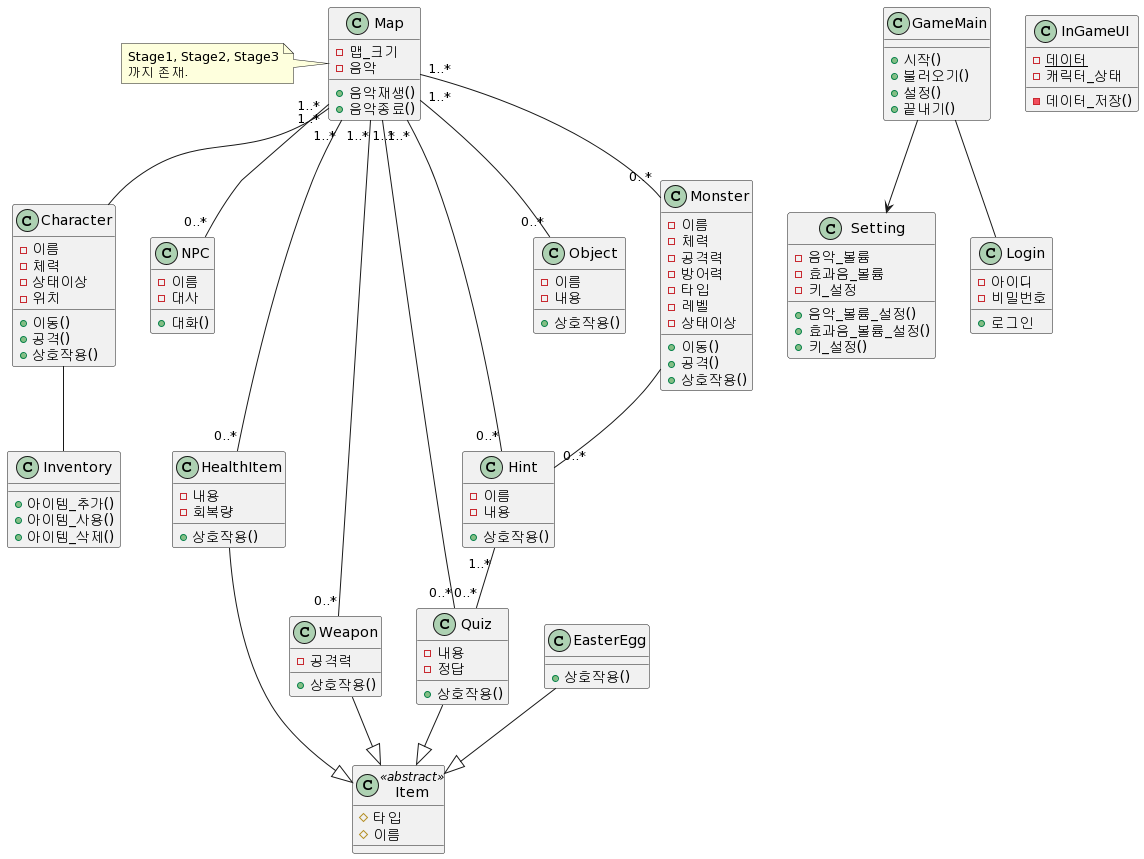
This is UML/class.png from leehj24/software_prj, a PlantUML export, as it was before one commit. Its source is kept beside it as UML/class.pu.
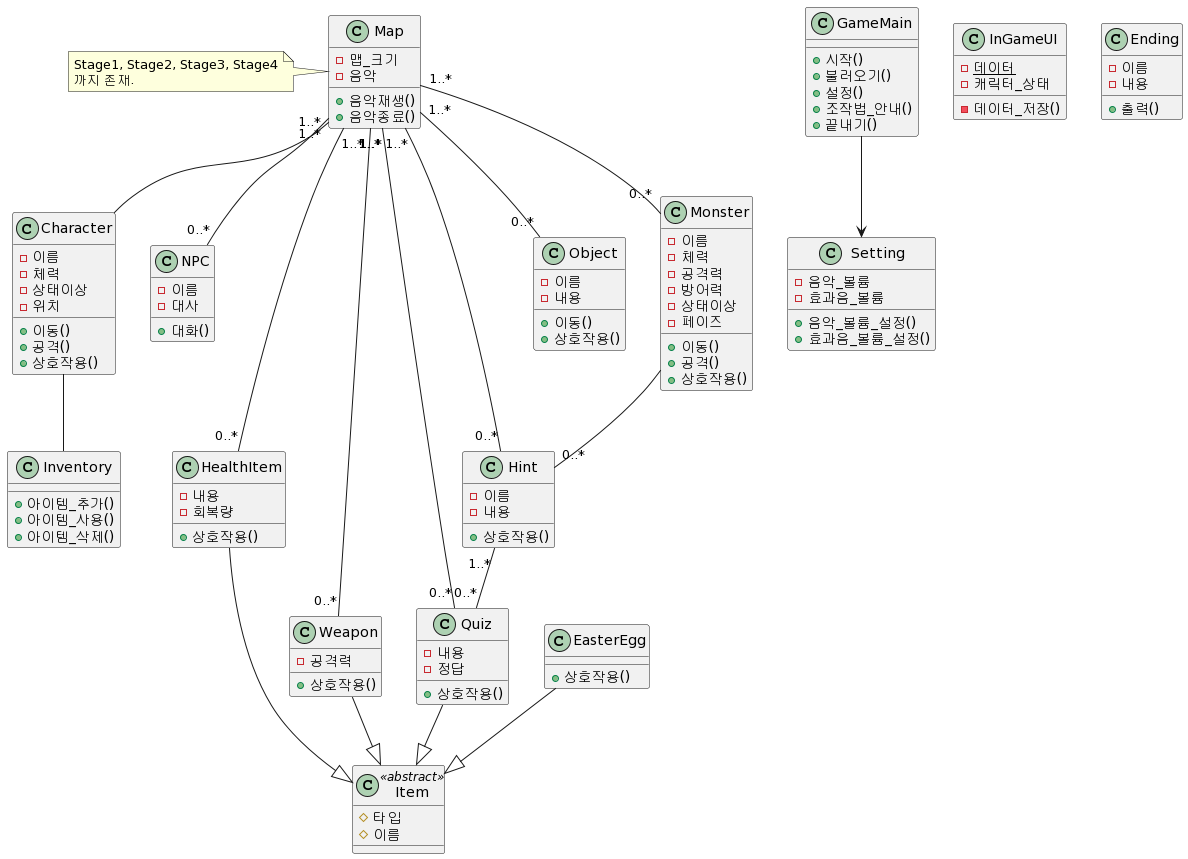
The same diagram one commit later.

Commit message:
class다이어그램

What changed in the source:
```diff
@@ -3,16 +3,15 @@
     +{method} 시작()
     +{method} 불러오기()
     +{method} 설정()
+    +{method} 조작법_안내()
     +{method} 끝내기()
 }
 
 class Setting {
     -{field} 음악_볼륨
     -{field} 효과음_볼륨
-    -{field} 키_설정
     +{method} 음악_볼륨_설정()
     +{method} 효과음_볼륨_설정()
-    +{method} 키_설정()
 }
 
 class Character {
@@ -82,6 +81,7 @@
 class Object {
     -{field} 이름
     -{field} 내용
+    +{method} 이동()
     +{method} 상호작용()
 }
 
@@ -90,18 +90,11 @@
     -{field} 체력
     -{field} 공격력
     -{field} 방어력
-    -{field} 타입
-    -{field} 레벨
     -{field} 상태이상
+    -{field} 페이즈
     +{method} 이동()
     +{method} 공격()
     +{method} 상호작용()
-}
-
-class Login {
-    -{field} 아이디
-    -{field} 비밀번호
-    +{method} 로그인
 }
 
 class EasterEgg {
@@ -114,8 +107,14 @@
     -{method} 데이터_저장()
 }
 
+class Ending {
+    -{field} 이름
+    -{field} 내용
+    +{method} 출력()
+}
+
 note left of Map
-Stage1, Stage2, Stage3
+Stage1, Stage2, Stage3, Stage4
 까지 존재.
 end note
 
@@ -131,5 +130,4 @@
 Map "1..*" -- "0..*" Weapon
 Map "1..*" -- "0..*" Quiz
 GameMain --> Setting
-GameMain -- Login
 @enduml
```
